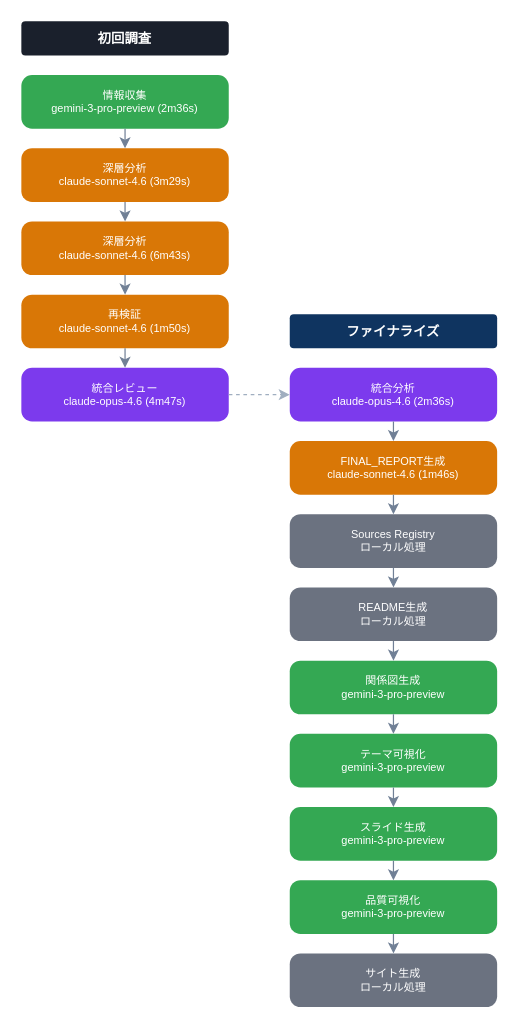
Earlier version of the draw.io diagram quality/flow.drawio (ledboots624/music-bar-rope). Source tidied: cells renumbered, new cells numbered last; positions are measured from the earlier drawing's top-left corner, leaving out a move shared by most shapes. Both pictures are drawn from the tidied source at 122%, with x=0, y=0 at pixel (21, 21).
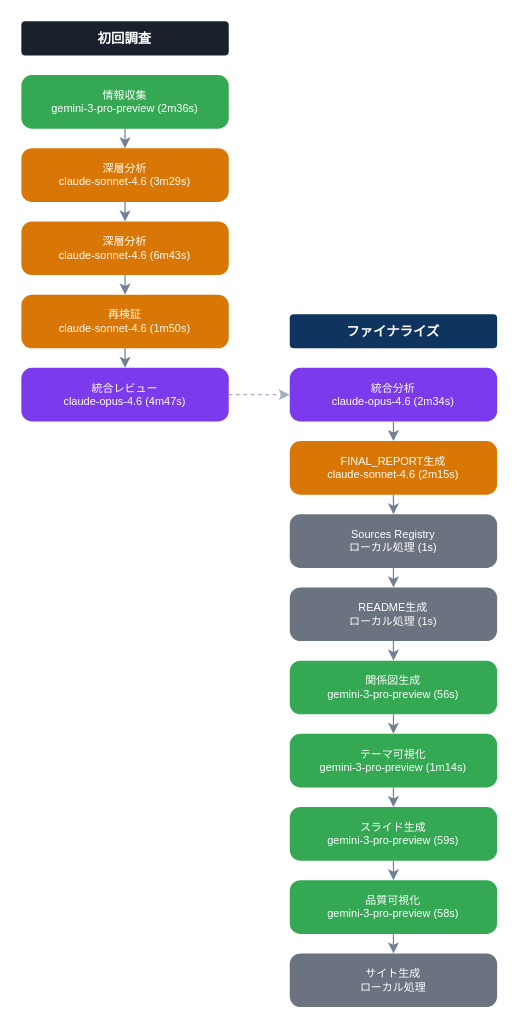
Above is the later version.

Change to the diagram source:
```diff
@@
-    <mxCell id="9" value="統合分析&#10;claude-opus-4.6 (2m36s)" style="rounded=1;whiteSpace=wrap;fillColor=#7C3AED;fontColor=#FFFFFF;fontSize=9;strokeColor=none;arcSize=20;spacingTop=2;spacingBottom=2;" parent="1" vertex="1">
+    <mxCell id="9" value="統合分析&#10;claude-opus-4.6 (2m34s)" style="rounded=1;whiteSpace=wrap;fillColor=#7C3AED;fontColor=#FFFFFF;fontSize=9;strokeColor=none;arcSize=20;spacingTop=2;spacingBottom=2;" parent="1" vertex="1">
       <mxGeometry x="220" y="284" width="170" height="44" as="geometry" />
     </mxCell>
-    <mxCell id="10" value="FINAL_REPORT生成&#10;claude-sonnet-4.6 (1m46s)" style="rounded=1;whiteSpace=wrap;fillColor=#D97706;fontColor=#FFFFFF;fontSize=9;strokeColor=none;arcSize=20;spacingTop=2;spacingBottom=2;" parent="1" vertex="1">
+    <mxCell id="10" value="FINAL_REPORT生成&#10;claude-sonnet-4.6 (2m15s)" style="rounded=1;whiteSpace=wrap;fillColor=#D97706;fontColor=#FFFFFF;fontSize=9;strokeColor=none;arcSize=20;spacingTop=2;spacingBottom=2;" parent="1" vertex="1">
       <mxGeometry x="220" y="344" width="170" height="44" as="geometry" />
     </mxCell>
-    <mxCell id="11" value="Sources Registry&#10;ローカル処理" style="rounded=1;whiteSpace=wrap;fillColor=#6B7280;fontColor=#FFFFFF;fontSize=9;strokeColor=none;arcSize=20;spacingTop=2;spacingBottom=2;" parent="1" vertex="1">
+    <mxCell id="11" value="Sources Registry&#10;ローカル処理 (1s)" style="rounded=1;whiteSpace=wrap;fillColor=#6B7280;fontColor=#FFFFFF;fontSize=9;strokeColor=none;arcSize=20;spacingTop=2;spacingBottom=2;" parent="1" vertex="1">
       <mxGeometry x="220" y="404" width="170" height="44" as="geometry" />
     </mxCell>
-    <mxCell id="12" value="README生成&#10;ローカル処理" style="rounded=1;whiteSpace=wrap;fillColor=#6B7280;fontColor=#FFFFFF;fontSize=9;strokeColor=none;arcSize=20;spacingTop=2;spacingBottom=2;" parent="1" vertex="1">
+    <mxCell id="12" value="README生成&#10;ローカル処理 (1s)" style="rounded=1;whiteSpace=wrap;fillColor=#6B7280;fontColor=#FFFFFF;fontSize=9;strokeColor=none;arcSize=20;spacingTop=2;spacingBottom=2;" parent="1" vertex="1">
       <mxGeometry x="220" y="464" width="170" height="44" as="geometry" />
     </mxCell>
-    <mxCell id="13" value="関係図生成&#10;gemini-3-pro-preview" style="rounded=1;whiteSpace=wrap;fillColor=#34A853;fontColor=#FFFFFF;fontSize=9;strokeColor=none;arcSize=20;spacingTop=2;spacingBottom=2;" parent="1" vertex="1">
+    <mxCell id="13" value="関係図生成&#10;gemini-3-pro-preview (56s)" style="rounded=1;whiteSpace=wrap;fillColor=#34A853;fontColor=#FFFFFF;fontSize=9;strokeColor=none;arcSize=20;spacingTop=2;spacingBottom=2;" parent="1" vertex="1">
       <mxGeometry x="220" y="524" width="170" height="44" as="geometry" />
     </mxCell>
-    <mxCell id="14" value="テーマ可視化&#10;gemini-3-pro-preview" style="rounded=1;whiteSpace=wrap;fillColor=#34A853;fontColor=#FFFFFF;fontSize=9;strokeColor=none;arcSize=20;spacingTop=2;spacingBottom=2;" parent="1" vertex="1">
+    <mxCell id="14" value="テーマ可視化&#10;gemini-3-pro-preview (1m14s)" style="rounded=1;whiteSpace=wrap;fillColor=#34A853;fontColor=#FFFFFF;fontSize=9;strokeColor=none;arcSize=20;spacingTop=2;spacingBottom=2;" parent="1" vertex="1">
       <mxGeometry x="220" y="584" width="170" height="44" as="geometry" />
     </mxCell>
-    <mxCell id="15" value="スライド生成&#10;gemini-3-pro-preview" style="rounded=1;whiteSpace=wrap;fillColor=#34A853;fontColor=#FFFFFF;fontSize=9;strokeColor=none;arcSize=20;spacingTop=2;spacingBottom=2;" parent="1" vertex="1">
+    <mxCell id="15" value="スライド生成&#10;gemini-3-pro-preview (59s)" style="rounded=1;whiteSpace=wrap;fillColor=#34A853;fontColor=#FFFFFF;fontSize=9;strokeColor=none;arcSize=20;spacingTop=2;spacingBottom=2;" parent="1" vertex="1">
       <mxGeometry x="220" y="644" width="170" height="44" as="geometry" />
     </mxCell>
-    <mxCell id="16" value="品質可視化&#10;gemini-3-pro-preview" style="rounded=1;whiteSpace=wrap;fillColor=#34A853;fontColor=#FFFFFF;fontSize=9;strokeColor=none;arcSize=20;spacingTop=2;spacingBottom=2;" parent="1" vertex="1">
+    <mxCell id="16" value="品質可視化&#10;gemini-3-pro-preview (58s)" style="rounded=1;whiteSpace=wrap;fillColor=#34A853;fontColor=#FFFFFF;fontSize=9;strokeColor=none;arcSize=20;spacingTop=2;spacingBottom=2;" parent="1" vertex="1">
       <mxGeometry x="220" y="704" width="170" height="44" as="geometry" />
     </mxCell>
```
